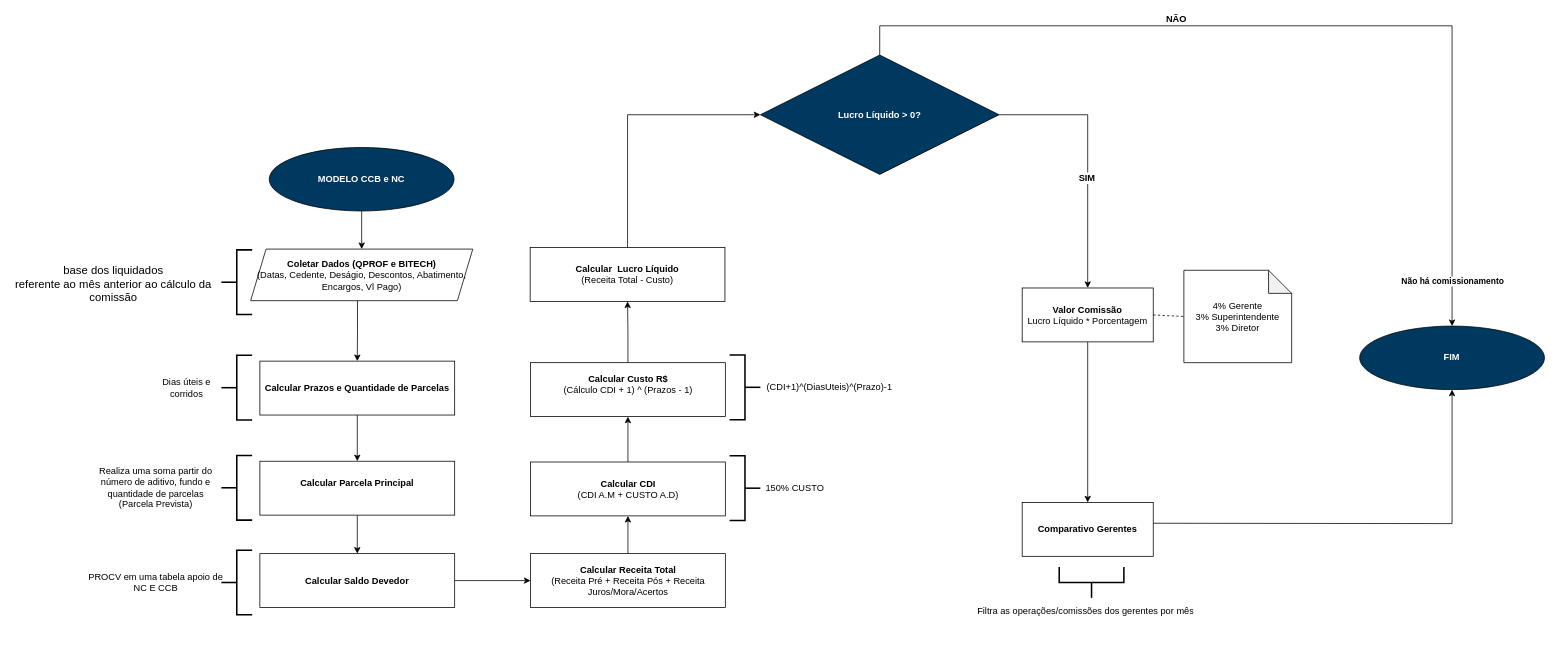
henriquelima0/exercicios-fiap keeps this draw.io diagram as page "CCB E NC" (2 of 4) of FLUXOGRAMAS.drawio. Above is the earlier version. Source tidied: cells renumbered, new cells numbered last; positions are measured from the earlier drawing's top-left corner, leaving out a move shared by most shapes. Both pictures are drawn from the tidied source at 77%, with x=0, y=0 at pixel (13, 25).
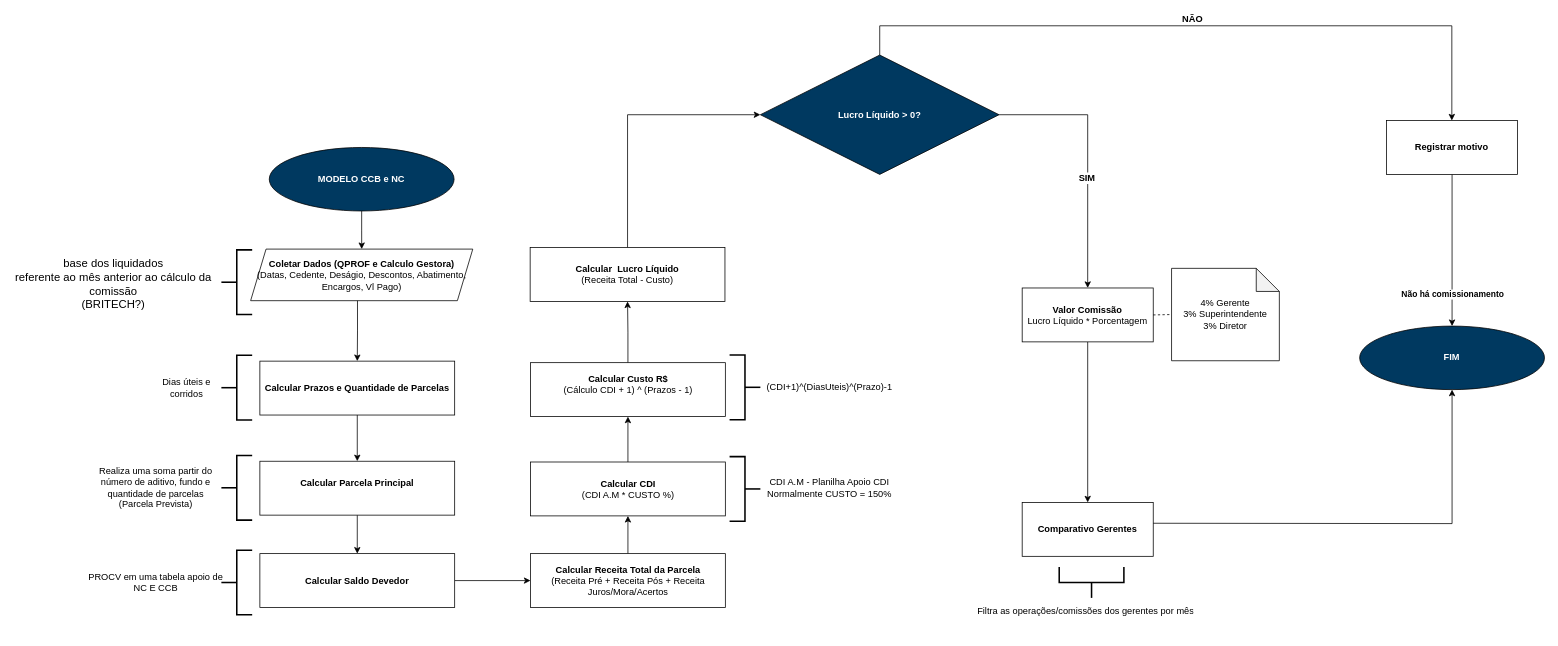
The same diagram, later.

The change refers to these unchanged cells:
```xml
<mxCell id="27" value="&lt;font color=&quot;#ffffff&quot;&gt;&lt;b&gt;Lucro Líquido &amp;gt; 0?&lt;/b&gt;&lt;/font&gt;" style="rhombus;whiteSpace=wrap;html=1;fillColor=#003960;" parent="1" vertex="1">
  <mxGeometry x="970" y="38" width="310" height="155" as="geometry" />
</mxCell>
<mxCell id="34" value="&lt;b&gt;&lt;font color=&quot;#ffffff&quot;&gt;FIM&lt;/font&gt;&lt;/b&gt;" style="ellipse;whiteSpace=wrap;html=1;fillColor=#003960;" parent="1" vertex="1">
  <mxGeometry x="1748.3" y="390" width="240" height="82.5" as="geometry" />
</mxCell>
```

Change to the diagram source:
```diff
@@
-    <mxCell id="15" value="&lt;b&gt;Calcular&amp;nbsp;&lt;/b&gt;&lt;b&gt;Receita Total&lt;/b&gt;&lt;br&gt;(Receita Pré + Receita Pós + Receita Juros/Mora/Acertos" style="rounded=0;whiteSpace=wrap;html=1;" parent="1" vertex="1">
+    <mxCell id="15" value="&lt;b&gt;Calcular&amp;nbsp;&lt;/b&gt;&lt;b&gt;Receita Total da Parcela&lt;/b&gt;&lt;br&gt;(Receita Pré + Receita Pós + Receita Juros/Mora/Acertos" style="rounded=0;whiteSpace=wrap;html=1;" parent="1" vertex="1">
       <mxGeometry x="671.5" y="685.5" width="253" height="70" as="geometry" />
     </mxCell>
@@
-    <mxCell id="17" value="&lt;b&gt;Calcular CDI&lt;br&gt;&lt;/b&gt;(CDI A.M + CUSTO A.D)" style="rounded=0;whiteSpace=wrap;html=1;" parent="1" vertex="1">
+    <mxCell id="17" value="&lt;b&gt;Calcular CDI&lt;br&gt;&lt;/b&gt;(CDI A.M * CUSTO %)" style="rounded=0;whiteSpace=wrap;html=1;" parent="1" vertex="1">
       <mxGeometry x="671.5" y="566.5" width="253" height="70" as="geometry" />
     </mxCell>
@@
-    <mxCell id="22" style="edgeStyle=orthogonalEdgeStyle;rounded=0;jettySize=auto;html=1;entryX=0.5;entryY=0;entryDx=0;entryDy=0;exitX=0.5;exitY=0;exitDx=0;exitDy=0;" parent="1" edge="1" source="27" target="34">
+    <mxCell id="22" style="edgeStyle=orthogonalEdgeStyle;rounded=0;jettySize=auto;html=1;exitX=0.5;exitY=0;exitDx=0;exitDy=0;" parent="1" edge="1" source="27" target="48">
       <mxGeometry relative="1" as="geometry">
         <Array as="points">
           <mxPoint x="1125" />
           <mxPoint x="1868" />
         </Array>
       </mxGeometry>
     </mxCell>
-    <mxCell id="23" value="&lt;font style=&quot;font-size: 11px;&quot;&gt;&lt;b&gt;Não há comissionamento&lt;/b&gt;&lt;/font&gt;" style="edgeLabel;html=1;align=center;verticalAlign=middle;" parent="22" vertex="1">
-      <mxGeometry x="0.9" relative="1" as="geometry" />
-    </mxCell>
     <mxCell id="24" value="&lt;font style=&quot;font-size: 12px;&quot;&gt;&lt;b&gt;NÃO&lt;/b&gt;&lt;/font&gt;" style="edgeLabel;html=1;align=center;verticalAlign=middle;" parent="22" vertex="1">
       <mxGeometry x="-0.28" y="-1" relative="1" as="geometry">
-        <mxPoint y="-11" as="offset" />
+        <mxPoint x="118" y="-11" as="offset" />
       </mxGeometry>
     </mxCell>
@@
-    <mxCell id="30" style="strokeWidth=2;html=1;shape=mxgraph.flowchart.annotation_2;align=left;labelPosition=right;direction=west;fillColor=#003960;" parent="1" vertex="1">
-      <mxGeometry x="930" y="558.5" width="40" height="84" as="geometry" />
-    </mxCell>
-    <mxCell id="31" value="150% CUSTO" style="text;html=1;align=center;verticalAlign=middle;whiteSpace=wrap;rounded=0;" parent="1" vertex="1">
-      <mxGeometry x="970" y="583" width="90" height="36" as="geometry" />
-    </mxCell>
@@
-    <mxCell id="40" value="&lt;span style=&quot;font-size: 14.6667px;&quot;&gt;base dos liquidados&lt;/span&gt;&lt;br style=&quot;font-size: 14.6667px;&quot;&gt;&lt;span style=&quot;font-size: 14.6667px;&quot;&gt;referente ao mês anterior ao cálculo da comissão&lt;/span&gt;" style="text;html=1;align=center;verticalAlign=middle;whiteSpace=wrap;rounded=0;" parent="1" vertex="1">
+    <mxCell id="40" value="&lt;span style=&quot;font-size: 14.6667px;&quot;&gt;base dos liquidados&lt;/span&gt;&lt;br style=&quot;font-size: 14.6667px;&quot;&gt;&lt;span style=&quot;font-size: 14.6667px;&quot;&gt;referente ao mês anterior ao cálculo da comissão&lt;br&gt;(BRITECH?)&lt;/span&gt;" style="text;html=1;align=center;verticalAlign=middle;whiteSpace=wrap;rounded=0;" parent="1" vertex="1">
       <mxGeometry y="317.5" width="260" height="36" as="geometry" />
     </mxCell>
@@
     <mxCell id="44" value="&lt;div&gt;4% Gerente&lt;br&gt;3% Superintendente&lt;/div&gt;3% Diretor" style="shape=note;whiteSpace=wrap;html=1;backgroundOutline=1;darkOpacity=0.05;" parent="1" vertex="1">
-      <mxGeometry x="1520" y="317.5" width="140" height="120" as="geometry" />
+      <mxGeometry x="1504" y="315" width="140" height="120" as="geometry" />
     </mxCell>
@@
-    <mxCell id="46" value="&lt;b&gt;Coletar Dados (QPROF e BITECH)&lt;/b&gt;&lt;br&gt;(Datas, Cedente, Deságio, Descontos, Abatimento, Encargos, Vl Pago)" style="shape=parallelogram;perimeter=parallelogramPerimeter;whiteSpace=wrap;html=1;fixedSize=1;" parent="1" vertex="1">
+    <mxCell id="46" value="&lt;b&gt;Coletar Dados (QPROF e Calculo Gestora)&lt;/b&gt;&lt;br&gt;(Datas, Cedente, Deságio, Descontos, Abatimento, Encargos, Vl Pago)" style="shape=parallelogram;perimeter=parallelogramPerimeter;whiteSpace=wrap;html=1;fixedSize=1;" parent="1" vertex="1">
       <mxGeometry x="308" y="290" width="288.5" height="67" as="geometry" />
     </mxCell>
+    <mxCell id="47" style="edgeStyle=orthogonalEdgeStyle;rounded=0;jettySize=auto;html=1;" parent="1" edge="1" source="48" target="34">
+      <mxGeometry relative="1" as="geometry" />
+    </mxCell>
+    <mxCell id="48" value="&lt;b&gt;Registrar motivo&lt;/b&gt;" style="rounded=0;whiteSpace=wrap;html=1;" parent="1" vertex="1">
+      <mxGeometry x="1783.2" y="123" width="170.2" height="70" as="geometry" />
+    </mxCell>
+    <mxCell id="23" value="&lt;font style=&quot;font-size: 11px;&quot;&gt;&lt;b&gt;Não há comissionamento&lt;/b&gt;&lt;/font&gt;" style="edgeLabel;html=1;align=center;verticalAlign=middle;" parent="1" vertex="1">
+      <mxGeometry x="1868.3" y="348" as="geometry" />
+    </mxCell>
+    <mxCell id="49" style="group;" parent="1" vertex="1">
+      <mxGeometry x="940" y="558" width="240" height="84" as="geometry" />
+    </mxCell>
+    <mxCell id="50" value="CDI A.M - Planilha Apoio CDI&lt;div&gt;Normalmente CUSTO = 150%&lt;/div&gt;" style="text;html=1;align=center;verticalAlign=middle;whiteSpace=wrap;rounded=0;" parent="49" vertex="1">
+      <mxGeometry y="24" width="240" height="36" as="geometry" />
+    </mxCell>
+    <mxCell id="51" style="strokeWidth=2;html=1;shape=mxgraph.flowchart.annotation_2;align=left;labelPosition=right;fillColor=#003960;rotation=-180;" parent="1" vertex="1">
+      <mxGeometry x="930" y="559.5" width="40" height="84" as="geometry" />
+    </mxCell>
```
